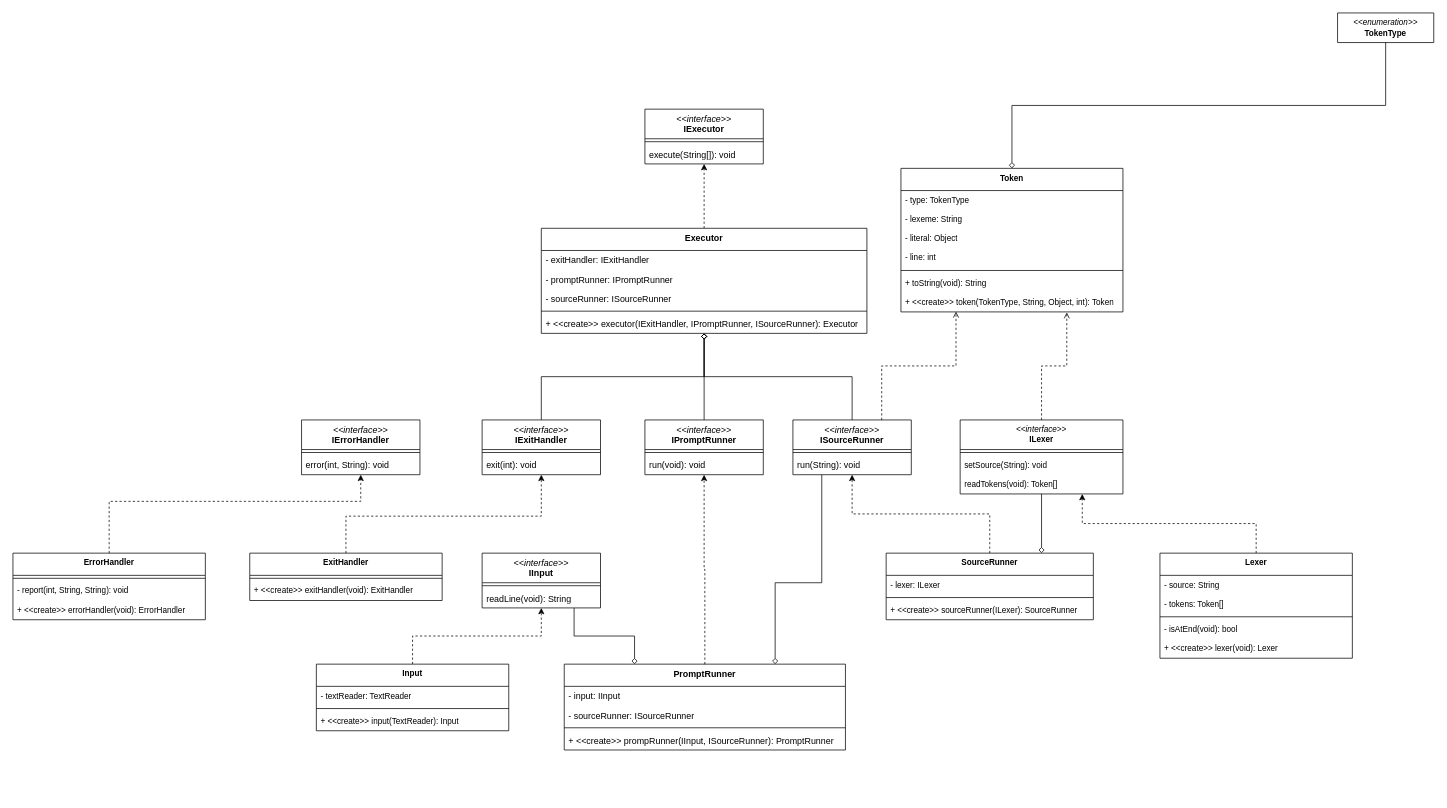
sradms0/lox keeps this draw.io diagram as cslox/doc/uml-class-diagram.drawio. Above is the earlier version. Source tidied: cells renumbered, new cells numbered last; positions are measured from the earlier drawing's top-left corner, leaving out a move shared by most shapes. Both pictures are drawn from the tidied source at 74%, with x=0, y=0 at pixel (13, 13).
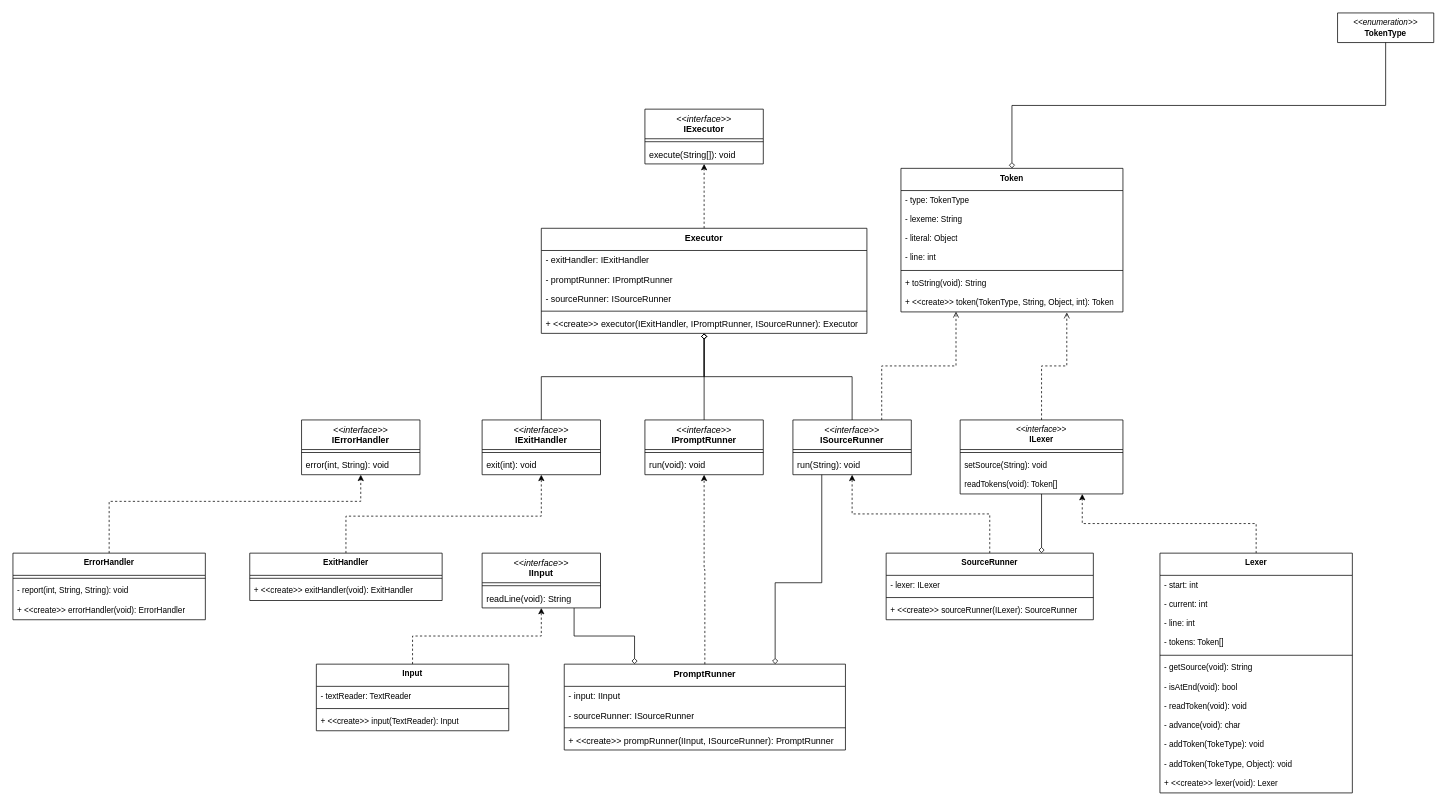
After the change.

Change to the diagram source:
```diff
@@
     <mxCell id="76" value="Lexer" style="swimlane;fontStyle=1;align=center;verticalAlign=top;horizontal=1;startSize=30;whiteSpace=wrap;html=1;fontFamily=Helvetica;fontSize=11;fontColor=default;labelBackgroundColor=default;" parent="1" vertex="1">
-      <mxGeometry x="1550" y="730" width="260" height="142" as="geometry" />
+      <mxGeometry x="1550" y="730" width="260" height="324" as="geometry" />
     </mxCell>
-    <mxCell id="77" value="- source: String" style="text;strokeColor=none;fillColor=none;align=left;verticalAlign=top;spacingLeft=4;spacingRight=4;overflow=hidden;whiteSpace=wrap;html=1;fontFamily=Helvetica;fontSize=11;fontColor=default;labelBackgroundColor=default;" parent="76" vertex="1">
-      <mxGeometry y="30" width="260" height="26" as="geometry" />
-    </mxCell>
-    <mxCell id="78" value="- tokens: Token[]" style="text;strokeColor=none;fillColor=none;align=left;verticalAlign=top;spacingLeft=4;spacingRight=4;overflow=hidden;whiteSpace=wrap;html=1;fontFamily=Helvetica;fontSize=11;fontColor=default;labelBackgroundColor=default;" parent="76" vertex="1">
-      <mxGeometry y="56" width="260" height="26" as="geometry" />
+    <mxCell id="78" value="- start: int" style="text;strokeColor=none;fillColor=none;align=left;verticalAlign=top;spacingLeft=4;spacingRight=4;overflow=hidden;whiteSpace=wrap;html=1;fontFamily=Helvetica;fontSize=11;fontColor=default;labelBackgroundColor=default;" parent="76" vertex="1">
+      <mxGeometry y="30" width="260" height="26" as="geometry" />
     </mxCell>
+    <mxCell id="82" value="- current: int" style="text;strokeColor=none;fillColor=none;align=left;verticalAlign=top;spacingLeft=4;spacingRight=4;overflow=hidden;whiteSpace=wrap;html=1;fontFamily=Helvetica;fontSize=11;fontColor=default;labelBackgroundColor=default;" parent="76" vertex="1">
+      <mxGeometry y="56" width="260" height="26" as="geometry" />
+    </mxCell>
+    <mxCell id="83" value="- line: int" style="text;strokeColor=none;fillColor=none;align=left;verticalAlign=top;spacingLeft=4;spacingRight=4;overflow=hidden;whiteSpace=wrap;html=1;fontFamily=Helvetica;fontSize=11;fontColor=default;labelBackgroundColor=default;" parent="76" vertex="1">
+      <mxGeometry y="82" width="260" height="26" as="geometry" />
+    </mxCell>
+    <mxCell id="84" value="- tokens: Token[]" style="text;strokeColor=none;fillColor=none;align=left;verticalAlign=top;spacingLeft=4;spacingRight=4;overflow=hidden;whiteSpace=wrap;html=1;fontFamily=Helvetica;fontSize=11;fontColor=default;labelBackgroundColor=default;" parent="76" vertex="1">
+      <mxGeometry y="108" width="260" height="26" as="geometry" />
+    </mxCell>
     <mxCell id="79" style="line;strokeWidth=1;fillColor=none;align=left;verticalAlign=middle;spacingTop=-1;spacingLeft=3;spacingRight=3;labelPosition=right;strokeColor=inherit;fontFamily=Helvetica;fontSize=11;fontColor=default;labelBackgroundColor=default;" parent="76" vertex="1">
-      <mxGeometry y="82" width="260" height="8" as="geometry" />
+      <mxGeometry y="134" width="260" height="8" as="geometry" />
     </mxCell>
-    <mxCell id="80" value="- isAtEnd(void): bool" style="text;strokeColor=none;fillColor=none;align=left;verticalAlign=top;spacingLeft=4;spacingRight=4;overflow=hidden;whiteSpace=wrap;html=1;fontFamily=Helvetica;fontSize=11;fontColor=default;labelBackgroundColor=default;" parent="76" vertex="1">
-      <mxGeometry y="90" width="260" height="26" as="geometry" />
+    <mxCell id="80" value="- getSource(void): String" style="text;strokeColor=none;fillColor=none;align=left;verticalAlign=top;spacingLeft=4;spacingRight=4;overflow=hidden;whiteSpace=wrap;html=1;fontFamily=Helvetica;fontSize=11;fontColor=default;labelBackgroundColor=default;" parent="76" vertex="1">
+      <mxGeometry y="142" width="260" height="26" as="geometry" />
     </mxCell>
+    <mxCell id="85" value="- isAtEnd(void): bool" style="text;strokeColor=none;fillColor=none;align=left;verticalAlign=top;spacingLeft=4;spacingRight=4;overflow=hidden;whiteSpace=wrap;html=1;fontFamily=Helvetica;fontSize=11;fontColor=default;labelBackgroundColor=default;" parent="76" vertex="1">
+      <mxGeometry y="168" width="260" height="26" as="geometry" />
+    </mxCell>
+    <mxCell id="86" value="- readToken(void): void" style="text;strokeColor=none;fillColor=none;align=left;verticalAlign=top;spacingLeft=4;spacingRight=4;overflow=hidden;whiteSpace=wrap;html=1;fontFamily=Helvetica;fontSize=11;fontColor=default;labelBackgroundColor=default;" parent="76" vertex="1">
+      <mxGeometry y="194" width="260" height="26" as="geometry" />
+    </mxCell>
+    <mxCell id="87" value="- advance(void): char" style="text;strokeColor=none;fillColor=none;align=left;verticalAlign=top;spacingLeft=4;spacingRight=4;overflow=hidden;whiteSpace=wrap;html=1;fontFamily=Helvetica;fontSize=11;fontColor=default;labelBackgroundColor=default;" parent="76" vertex="1">
+      <mxGeometry y="220" width="260" height="26" as="geometry" />
+    </mxCell>
+    <mxCell id="88" value="- addToken(TokeType): void" style="text;strokeColor=none;fillColor=none;align=left;verticalAlign=top;spacingLeft=4;spacingRight=4;overflow=hidden;whiteSpace=wrap;html=1;fontFamily=Helvetica;fontSize=11;fontColor=default;labelBackgroundColor=default;" parent="76" vertex="1">
+      <mxGeometry y="246" width="260" height="26" as="geometry" />
+    </mxCell>
+    <mxCell id="89" value="- addToken(TokeType, Object): void" style="text;strokeColor=none;fillColor=none;align=left;verticalAlign=top;spacingLeft=4;spacingRight=4;overflow=hidden;whiteSpace=wrap;html=1;fontFamily=Helvetica;fontSize=11;fontColor=default;labelBackgroundColor=default;" parent="76" vertex="1">
+      <mxGeometry y="272" width="260" height="26" as="geometry" />
+    </mxCell>
     <mxCell id="81" value="+ &amp;lt;&amp;lt;create&amp;gt;&amp;gt; lexer(void): Lexer" style="text;strokeColor=none;fillColor=none;align=left;verticalAlign=top;spacingLeft=4;spacingRight=4;overflow=hidden;whiteSpace=wrap;html=1;fontFamily=Helvetica;fontSize=11;fontColor=default;labelBackgroundColor=default;" parent="76" vertex="1">
-      <mxGeometry y="116" width="260" height="26" as="geometry" />
+      <mxGeometry y="298" width="260" height="26" as="geometry" />
     </mxCell>
```
